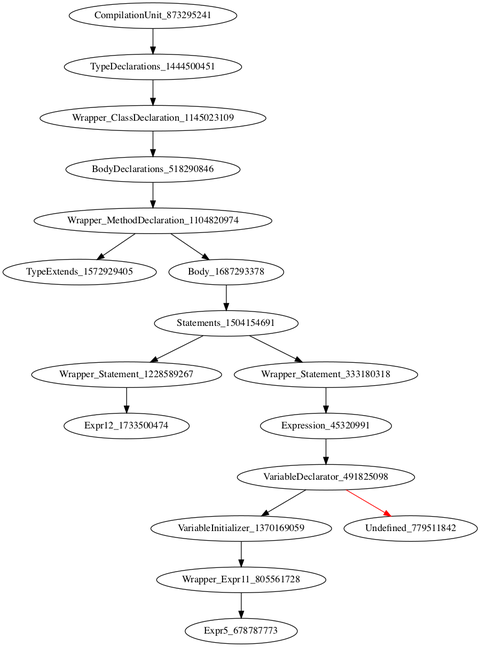
icse2023material/VoiceJava keeps this Graphviz diagram as holeAST.png. Above is the earlier version. Its source is kept beside it as holeAST.dot.
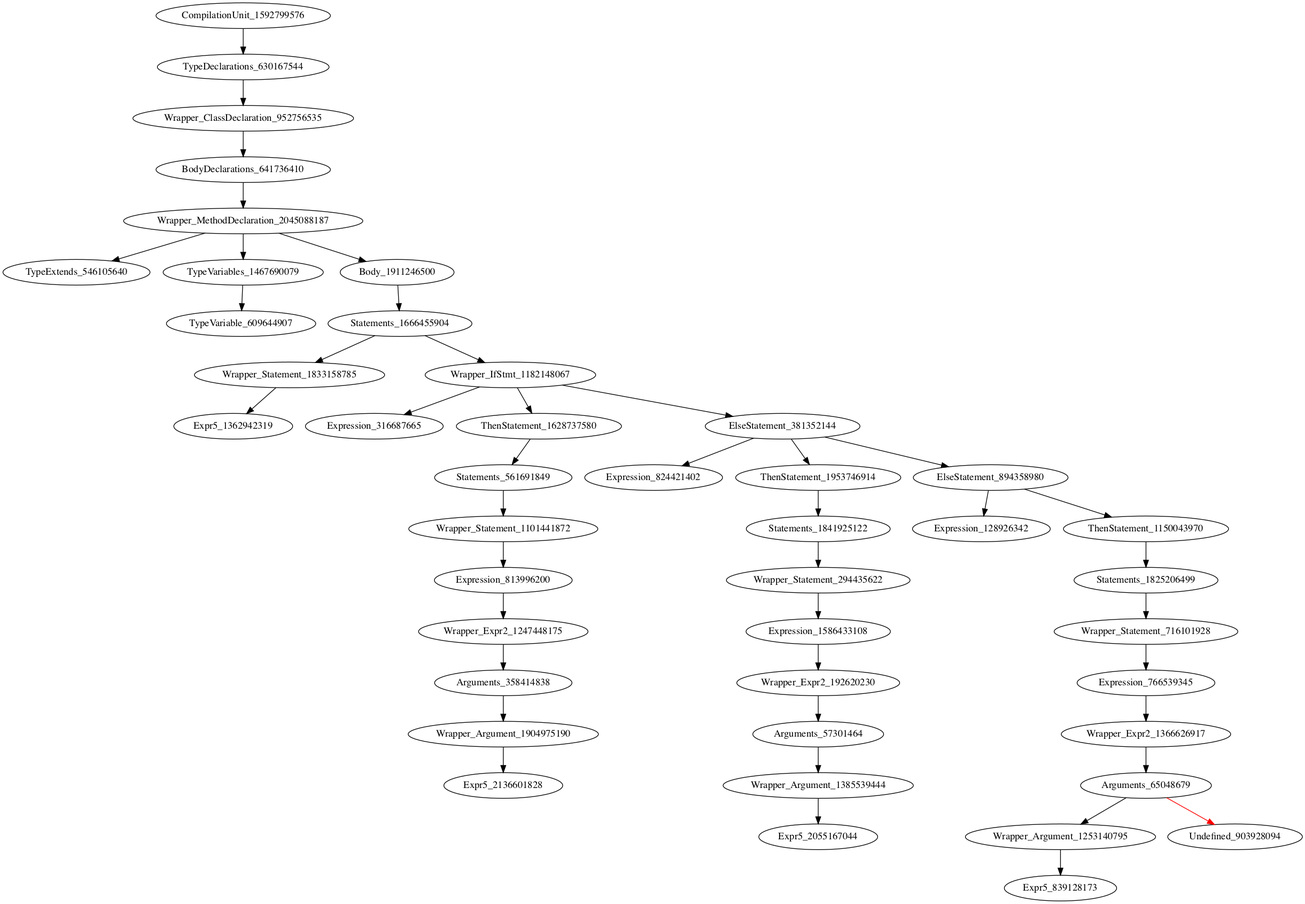
Above is the later version.

Diff of the diagram source:
```diff
@@ -1,18 +1,44 @@
 digraph {
-CompilationUnit_873295241 -> TypeDeclarations_1444500451
-TypeDeclarations_1444500451 -> Wrapper_ClassDeclaration_1145023109
-Wrapper_ClassDeclaration_1145023109 -> BodyDeclarations_518290846
-BodyDeclarations_518290846 -> Wrapper_MethodDeclaration_1104820974
-Wrapper_MethodDeclaration_1104820974 -> TypeExtends_1572929405
-Wrapper_MethodDeclaration_1104820974 -> Body_1687293378
-Body_1687293378 -> Statements_1504154691
-Statements_1504154691 -> Wrapper_Statement_1228589267
-Statements_1504154691 -> Wrapper_Statement_333180318
-Wrapper_Statement_1228589267 -> Expr12_1733500474
-Wrapper_Statement_333180318 -> Expression_45320991
-Expression_45320991 -> VariableDeclarator_491825098
-VariableDeclarator_491825098 -> VariableInitializer_1370169059
-VariableDeclarator_491825098 -> Undefined_779511842 [color = red]
-VariableInitializer_1370169059 -> Wrapper_Expr11_805561728
-Wrapper_Expr11_805561728 -> Expr5_678787773
+CompilationUnit_1592799576 -> TypeDeclarations_630167544
+TypeDeclarations_630167544 -> Wrapper_ClassDeclaration_952756535
+Wrapper_ClassDeclaration_952756535 -> BodyDeclarations_641736410
+BodyDeclarations_641736410 -> Wrapper_MethodDeclaration_2045088187
+Wrapper_MethodDeclaration_2045088187 -> TypeExtends_546105640
+Wrapper_MethodDeclaration_2045088187 -> TypeVariables_1467690079
+Wrapper_MethodDeclaration_2045088187 -> Body_1911246500
+TypeVariables_1467690079 -> TypeVariable_609644907
+Body_1911246500 -> Statements_1666455904
+Statements_1666455904 -> Wrapper_Statement_1833158785
+Statements_1666455904 -> Wrapper_IfStmt_1182148067
+Wrapper_Statement_1833158785 -> Expr5_1362942319
+Wrapper_IfStmt_1182148067 -> Expression_316687665
+Wrapper_IfStmt_1182148067 -> ThenStatement_1628737580
+Wrapper_IfStmt_1182148067 -> ElseStatement_381352144
+ThenStatement_1628737580 -> Statements_561691849
+ElseStatement_381352144 -> Expression_824421402
+ElseStatement_381352144 -> ThenStatement_1953746914
+ElseStatement_381352144 -> ElseStatement_894358980
+Statements_561691849 -> Wrapper_Statement_1101441872
+ThenStatement_1953746914 -> Statements_1841925122
+ElseStatement_894358980 -> Expression_128926342
+ElseStatement_894358980 -> ThenStatement_1150043970
+Wrapper_Statement_1101441872 -> Expression_813996200
+Statements_1841925122 -> Wrapper_Statement_294435622
+ThenStatement_1150043970 -> Statements_1825206499
+Expression_813996200 -> Wrapper_Expr2_1247448175
+Wrapper_Statement_294435622 -> Expression_1586433108
+Statements_1825206499 -> Wrapper_Statement_716101928
+Wrapper_Expr2_1247448175 -> Arguments_358414838
+Expression_1586433108 -> Wrapper_Expr2_192620230
+Wrapper_Statement_716101928 -> Expression_766539345
+Arguments_358414838 -> Wrapper_Argument_1904975190
+Wrapper_Expr2_192620230 -> Arguments_57301464
+Expression_766539345 -> Wrapper_Expr2_1366626917
+Wrapper_Argument_1904975190 -> Expr5_2136601828
+Arguments_57301464 -> Wrapper_Argument_1385539444
+Wrapper_Expr2_1366626917 -> Arguments_65048679
+Wrapper_Argument_1385539444 -> Expr5_2055167044
+Arguments_65048679 -> Wrapper_Argument_1253140795
+Arguments_65048679 -> Undefined_903928094 [color = red]
+Wrapper_Argument_1253140795 -> Expr5_839128173
 }
```
